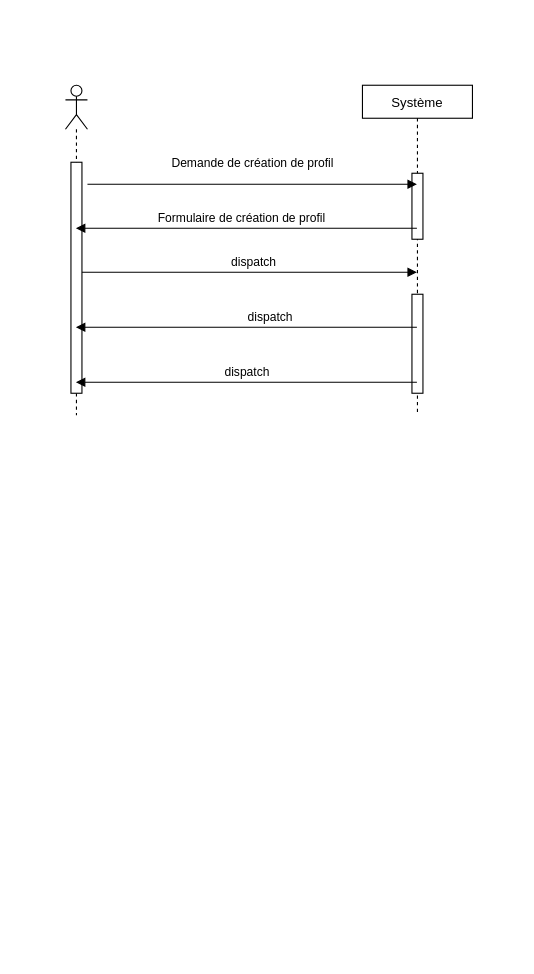
Above: DiagrammeDeSéquence.drawio in Adjaro/Projet_Poo (draw.io), before the change. Source tidied: cells renumbered, new cells numbered last; positions are measured from the earlier drawing's top-left corner, leaving out a move shared by most shapes. Both pictures are drawn from the tidied source at 110%, with x=0, y=0 at pixel (65, 85).
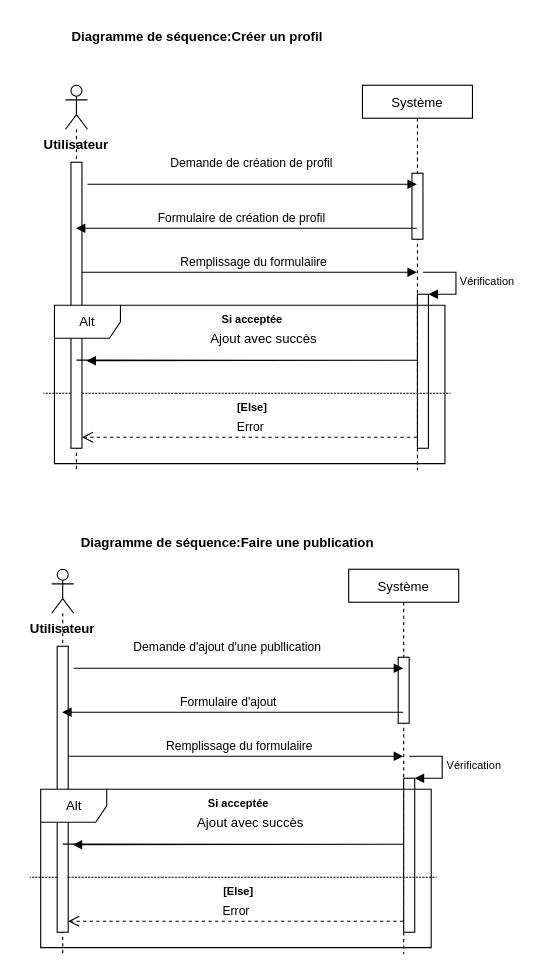
The same diagram, later.

Commit message (it also covers changes not shown here):
Mettre à jour DiagrammeDeSéquence.drawio

Change to the diagram source:
```diff
@@
     <mxCell id="2" value="Système" style="shape=umlLifeline;perimeter=lifelinePerimeter;rounded=0;shadow=0;strokeWidth=1;size=30;" parent="1" vertex="1">
-      <mxGeometry x="270" width="100" height="300" as="geometry" />
+      <mxGeometry x="270" width="100" height="350" as="geometry" />
     </mxCell>
@@
-    <mxCell id="4" style="html=1;perimeter=orthogonalPerimeter;" parent="2" vertex="1">
-      <mxGeometry x="45" y="190" width="10" height="90" as="geometry" />
-    </mxCell>
+    <mxCell id="12" style="html=1;points=[];perimeter=orthogonalPerimeter;fontSize=10;" parent="2" vertex="1">
+      <mxGeometry x="50" y="190" width="10" height="140" as="geometry" />
+    </mxCell>
+    <mxCell id="13" value="Vérification" style="edgeStyle=orthogonalEdgeStyle;html=1;align=left;spacingLeft=2;endArrow=block;rounded=0;entryX=1;entryY=0;fontSize=10;" parent="2" edge="1" target="12">
+      <mxGeometry relative="1" as="geometry">
+        <mxPoint x="55" y="170" as="sourcePoint" />
+        <Array as="points">
+          <mxPoint x="85" y="170" />
+        </Array>
+      </mxGeometry>
+    </mxCell>
+    <mxCell id="14" style="endArrow=none;html=1;rounded=0;dashed=1;dashPattern=1 2;" parent="2" edge="1">
+      <mxGeometry relative="1" as="geometry">
+        <mxPoint x="-170" y="280" as="sourcePoint" />
+        <mxPoint x="-170" y="280" as="targetPoint" />
+        <Array as="points">
+          <mxPoint x="-290" y="280" />
+          <mxPoint x="80" y="280" />
+        </Array>
+      </mxGeometry>
+    </mxCell>
     <mxCell id="5" style="shape=umlLifeline;participant=umlActor;perimeter=lifelinePerimeter;whiteSpace=wrap;html=1;verticalAlign=top;spacingTop=36;outlineConnect=0;" parent="1" vertex="1">
-      <mxGeometry width="20" height="300" as="geometry" />
+      <mxGeometry width="20" height="350" as="geometry" />
     </mxCell>
     <mxCell id="6" style="html=1;points=[];perimeter=orthogonalPerimeter;" parent="5" vertex="1">
-      <mxGeometry x="5" y="70" width="10" height="210" as="geometry" />
+      <mxGeometry x="5" y="70" width="10" height="260" as="geometry" />
     </mxCell>
     <mxCell id="7" value="Demande de création de profil" style="html=1;verticalAlign=bottom;endArrow=block;rounded=0;" parent="5" edge="1" target="2">
       <mxGeometry y="10" relative="1" as="geometry">
         <mxPoint x="20" y="90" as="sourcePoint" />
+        <mxPoint x="-1" as="offset" />
       </mxGeometry>
     </mxCell>
+    <mxCell id="15" value="&lt;font style=&quot;font-size: 12px;&quot;&gt;Ajout avec succès&lt;/font&gt;" style="html=1;verticalAlign=bottom;endArrow=block;rounded=0;fontSize=10;entryX=1.412;entryY=0.694;entryDx=0;entryDy=0;entryPerimeter=0;exitX=0.5;exitY=0.692;exitDx=0;exitDy=0;exitPerimeter=0;" parent="5" edge="1" source="6" target="6">
+      <mxGeometry x="-0.44" y="10" relative="1" as="geometry">
+        <Array as="points">
+          <mxPoint x="320" y="250" />
+        </Array>
+        <mxPoint x="-1" as="offset" />
+      </mxGeometry>
+    </mxCell>
@@
-    <mxCell id="9" value="dispatch" style="html=1;verticalAlign=bottom;endArrow=block;rounded=0;" parent="1" edge="1" source="2" target="5">
+    <mxCell id="9" value="Remplissage du formulaiire" style="html=1;verticalAlign=bottom;endArrow=block;rounded=0;" parent="1" edge="1" source="2" target="5">
       <mxGeometry x="-0.04" y="40" relative="1" as="geometry">
         <Array as="points">
           <mxPoint x="80" y="130" />
         </Array>
       </mxGeometry>
     </mxCell>
-    <mxCell id="10" value="dispatch" style="html=1;verticalAlign=bottom;endArrow=block;rounded=0;" parent="1" edge="1" source="2" target="5">
-      <mxGeometry relative="1" as="geometry">
-        <Array as="points">
-          <mxPoint x="100" y="220" />
-          <mxPoint x="250" y="220" />
-        </Array>
-      </mxGeometry>
-    </mxCell>
-    <mxCell id="11" value="dispatch" style="html=1;verticalAlign=bottom;endArrow=block;rounded=0;" parent="1" edge="1" source="2" target="5">
-      <mxGeometry relative="1" as="geometry">
-        <Array as="points">
-          <mxPoint x="300" y="270" />
-          <mxPoint x="50" y="270" />
-        </Array>
-      </mxGeometry>
-    </mxCell>
+    <mxCell id="16" value="Error" style="html=1;verticalAlign=bottom;endArrow=open;dashed=1;endSize=8;rounded=0;" parent="1" edge="1" source="2" target="6">
+      <mxGeometry relative="1" as="geometry">
+        <Array as="points">
+          <mxPoint x="260" y="320" />
+          <mxPoint x="240" y="320" />
+          <mxPoint x="180" y="320" />
+          <mxPoint x="130" y="320" />
+          <mxPoint x="30" y="320" />
+        </Array>
+      </mxGeometry>
+    </mxCell>
+    <mxCell id="17" value="Si acceptée" style="text;align=center;fontStyle=1;verticalAlign=middle;spacingLeft=3;spacingRight=3;strokeColor=none;fontSize=10;" parent="1" vertex="1">
+      <mxGeometry x="135" y="200" width="70" height="26" as="geometry" />
+    </mxCell>
+    <mxCell id="18" value="[Else]" style="text;align=center;fontStyle=1;verticalAlign=middle;spacingLeft=3;spacingRight=3;strokeColor=none;fontSize=10;" parent="1" vertex="1">
+      <mxGeometry x="130" y="280" width="80" height="26" as="geometry" />
+    </mxCell>
+    <mxCell id="19" value="Alt" style="shape=umlFrame;whiteSpace=wrap;html=1;" parent="1" vertex="1">
+      <mxGeometry x="-10" y="200" width="355" height="144" as="geometry" />
+    </mxCell>
+    <mxCell id="20" value="Système" style="shape=umlLifeline;perimeter=lifelinePerimeter;rounded=0;shadow=0;strokeWidth=1;size=30;" parent="1" vertex="1">
+      <mxGeometry x="257.5" y="440" width="100" height="350" as="geometry" />
+    </mxCell>
+    <mxCell id="21" style="perimeter=orthogonalPerimeter;rounded=0;shadow=0;strokeWidth=1;" parent="20" vertex="1">
+      <mxGeometry x="45" y="80" width="10" height="60" as="geometry" />
+    </mxCell>
+    <mxCell id="22" style="html=1;points=[];perimeter=orthogonalPerimeter;fontSize=10;" parent="20" vertex="1">
+      <mxGeometry x="50" y="190" width="10" height="140" as="geometry" />
+    </mxCell>
+    <mxCell id="23" value="Vérification" style="edgeStyle=orthogonalEdgeStyle;html=1;align=left;spacingLeft=2;endArrow=block;rounded=0;entryX=1;entryY=0;fontSize=10;" parent="20" edge="1" target="22">
+      <mxGeometry relative="1" as="geometry">
+        <mxPoint x="55" y="170" as="sourcePoint" />
+        <Array as="points">
+          <mxPoint x="85" y="170" />
+        </Array>
+      </mxGeometry>
+    </mxCell>
+    <mxCell id="24" style="endArrow=none;html=1;rounded=0;dashed=1;dashPattern=1 2;" parent="20" edge="1">
+      <mxGeometry relative="1" as="geometry">
+        <mxPoint x="-170" y="280" as="sourcePoint" />
+        <mxPoint x="-170" y="280" as="targetPoint" />
+        <Array as="points">
+          <mxPoint x="-290" y="280" />
+          <mxPoint x="80" y="280" />
+        </Array>
+      </mxGeometry>
+    </mxCell>
+    <mxCell id="25" style="shape=umlLifeline;participant=umlActor;perimeter=lifelinePerimeter;whiteSpace=wrap;html=1;verticalAlign=top;spacingTop=36;outlineConnect=0;" parent="1" vertex="1">
+      <mxGeometry x="-12.5" y="440" width="20" height="350" as="geometry" />
+    </mxCell>
+    <mxCell id="26" style="html=1;points=[];perimeter=orthogonalPerimeter;" parent="25" vertex="1">
+      <mxGeometry x="5" y="70" width="10" height="260" as="geometry" />
+    </mxCell>
+    <mxCell id="27" value="Demande d'ajout d'une publlication" style="html=1;verticalAlign=bottom;endArrow=block;rounded=0;" parent="25" edge="1" target="20">
+      <mxGeometry x="-0.07" y="10" relative="1" as="geometry">
+        <mxPoint x="20" y="90" as="sourcePoint" />
+      </mxGeometry>
+    </mxCell>
+    <mxCell id="28" value="&lt;font style=&quot;font-size: 12px;&quot;&gt;Ajout avec succès&lt;/font&gt;" style="html=1;verticalAlign=bottom;endArrow=block;rounded=0;fontSize=10;entryX=1.412;entryY=0.694;entryDx=0;entryDy=0;entryPerimeter=0;exitX=0.5;exitY=0.692;exitDx=0;exitDy=0;exitPerimeter=0;" parent="25" edge="1" source="26" target="26">
+      <mxGeometry x="-0.44" y="10" relative="1" as="geometry">
+        <Array as="points">
+          <mxPoint x="320" y="250" />
+        </Array>
+        <mxPoint x="-1" as="offset" />
+      </mxGeometry>
+    </mxCell>
+    <mxCell id="29" value="Formulaire d'ajout" style="html=1;verticalAlign=bottom;endArrow=block;rounded=0;" parent="1" edge="1" source="26" target="20">
+      <mxGeometry x="-0.05" y="40" relative="1" as="geometry">
+        <Array as="points">
+          <mxPoint x="167.5" y="610" />
+          <mxPoint x="207.5" y="610" />
+          <mxPoint x="257.5" y="610" />
+        </Array>
+      </mxGeometry>
+    </mxCell>
+    <mxCell id="30" value="Remplissage du formulaiire" style="html=1;verticalAlign=bottom;endArrow=block;rounded=0;" parent="1" edge="1" source="20" target="25">
+      <mxGeometry x="-0.04" y="40" relative="1" as="geometry">
+        <Array as="points">
+          <mxPoint x="67.5" y="570" />
+        </Array>
+      </mxGeometry>
+    </mxCell>
+    <mxCell id="31" value="Error" style="html=1;verticalAlign=bottom;endArrow=open;dashed=1;endSize=8;rounded=0;" parent="1" edge="1" source="20" target="26">
+      <mxGeometry relative="1" as="geometry">
+        <Array as="points">
+          <mxPoint x="247.5" y="760" />
+          <mxPoint x="227.5" y="760" />
+          <mxPoint x="167.5" y="760" />
+          <mxPoint x="117.5" y="760" />
+          <mxPoint x="17.5" y="760" />
+        </Array>
+      </mxGeometry>
+    </mxCell>
+    <mxCell id="32" value="Si acceptée" style="text;align=center;fontStyle=1;verticalAlign=middle;spacingLeft=3;spacingRight=3;strokeColor=none;fontSize=10;" parent="1" vertex="1">
+      <mxGeometry x="122.5" y="640" width="70" height="26" as="geometry" />
+    </mxCell>
+    <mxCell id="33" value="[Else]" style="text;align=center;fontStyle=1;verticalAlign=middle;spacingLeft=3;spacingRight=3;strokeColor=none;fontSize=10;" parent="1" vertex="1">
+      <mxGeometry x="117.5" y="720" width="80" height="26" as="geometry" />
+    </mxCell>
+    <mxCell id="34" value="Alt" style="shape=umlFrame;whiteSpace=wrap;html=1;" parent="1" vertex="1">
+      <mxGeometry x="-22.5" y="640" width="355" height="144" as="geometry" />
+    </mxCell>
+    <mxCell id="35" value="Utilisateur" style="text;align=center;fontStyle=1;verticalAlign=middle;spacingLeft=3;spacingRight=3;strokeColor=none;fontSize=12;" parent="1" vertex="1">
+      <mxGeometry x="-30" y="40" width="80" height="26" as="geometry" />
+    </mxCell>
+    <mxCell id="36" value="Utilisateur" style="text;align=center;fontStyle=1;verticalAlign=middle;spacingLeft=3;spacingRight=3;strokeColor=none;fontSize=12;" parent="1" vertex="1">
+      <mxGeometry x="-42.5" y="480" width="80" height="26" as="geometry" />
+    </mxCell>
+    <mxCell id="37" value="Diagramme de séquence:Créer un profil" style="text;align=center;fontStyle=1;verticalAlign=middle;spacingLeft=3;spacingRight=3;strokeColor=none;fontSize=12;" parent="1" vertex="1">
+      <mxGeometry x="70" y="-60" width="100" height="30" as="geometry" />
+    </mxCell>
+    <mxCell id="38" value="Diagramme de séquence:Faire une publication" style="text;align=center;fontStyle=1;verticalAlign=middle;spacingLeft=3;spacingRight=3;strokeColor=none;fontSize=12;" parent="1" vertex="1">
+      <mxGeometry x="97.5" y="400" width="100" height="30" as="geometry" />
+    </mxCell>
```
